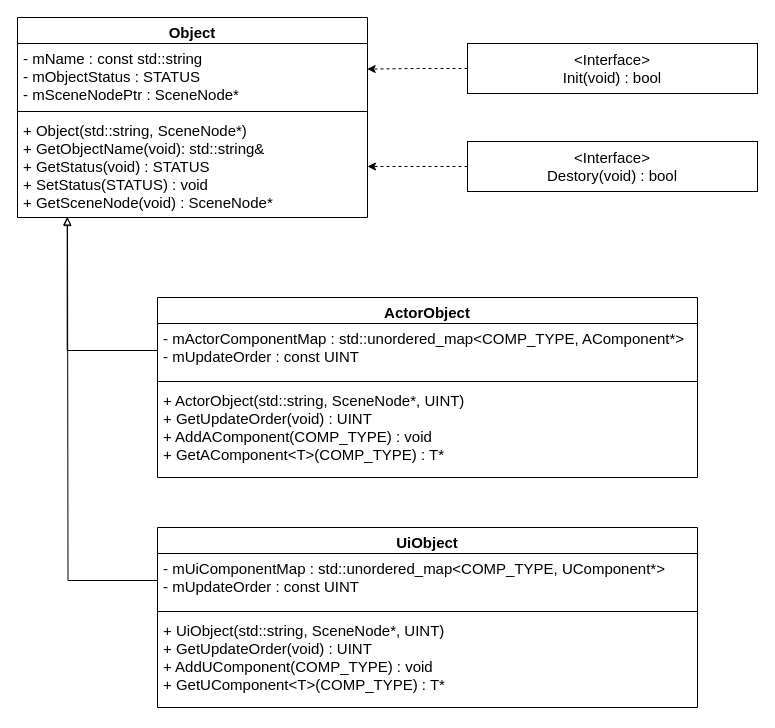
Before: page "Object" (3 of 4) of HycFrame3D.drawio in HIBICUS-CAI/HycFrame3D, a draw.io diagram. Source tidied: cells renumbered, new cells numbered last; positions are measured from the earlier drawing's top-left corner, leaving out a move shared by most shapes. Both pictures are drawn from the tidied source at 100%, with x=0, y=0 at pixel (17, 17).
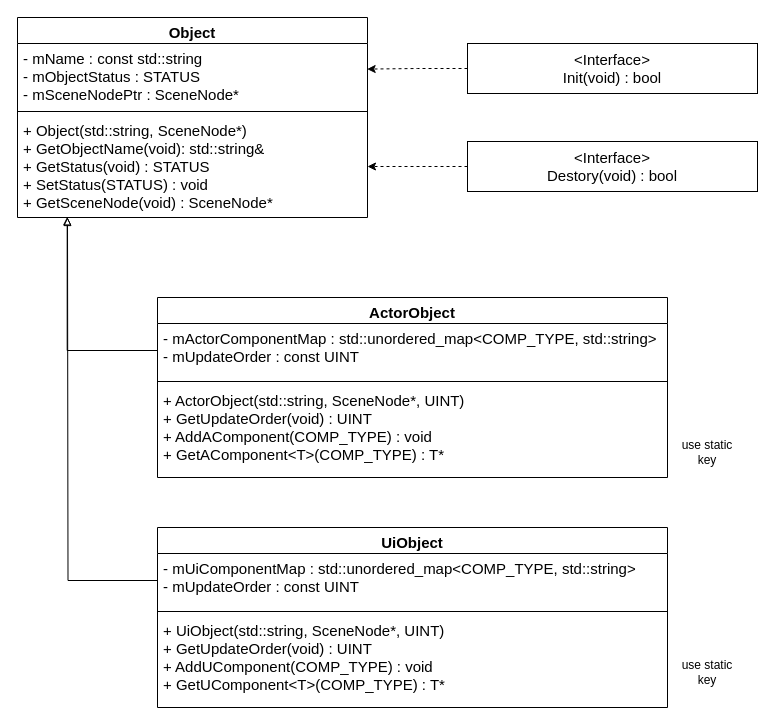
After the change.

The edit, as a diff of the source:
```diff
@@
     <mxCell id="10" value="ActorObject" style="swimlane;fontStyle=1;align=center;verticalAlign=top;horizontal=1;startSize=26;fontSize=15;" parent="1" vertex="1">
-      <mxGeometry x="140" y="280" width="540" height="180" as="geometry" />
+      <mxGeometry x="140" y="280" width="510" height="180" as="geometry" />
     </mxCell>
-    <mxCell id="11" value="- mActorComponentMap : std::unordered_map&lt;COMP_TYPE, AComponent*&gt;&#10;- mUpdateOrder : const UINT" style="text;strokeColor=none;fillColor=none;align=left;verticalAlign=top;spacingLeft=4;spacingRight=4;overflow=hidden;points=[[0,0.5],[1,0.5]];portConstraint=eastwest;fontSize=15;" parent="10" vertex="1">
-      <mxGeometry y="26" width="540" height="54" as="geometry" />
+    <mxCell id="11" value="- mActorComponentMap : std::unordered_map&lt;COMP_TYPE, std::string&gt;&#10;- mUpdateOrder : const UINT" style="text;strokeColor=none;fillColor=none;align=left;verticalAlign=top;spacingLeft=4;spacingRight=4;overflow=hidden;points=[[0,0.5],[1,0.5]];portConstraint=eastwest;fontSize=15;" parent="10" vertex="1">
+      <mxGeometry y="26" width="510" height="54" as="geometry" />
     </mxCell>
     <mxCell id="12" style="line;strokeWidth=1;fillColor=none;align=left;verticalAlign=middle;spacingTop=-1;spacingLeft=3;spacingRight=3;labelPosition=right;" parent="10" vertex="1">
-      <mxGeometry y="80" width="540" height="8" as="geometry" />
+      <mxGeometry y="80" width="510" height="8" as="geometry" />
     </mxCell>
     <mxCell id="13" value="+ ActorObject(std::string, SceneNode*, UINT)&#10;+ GetUpdateOrder(void) : UINT&#10;+ AddAComponent(COMP_TYPE) : void&#10;+ GetAComponent&lt;T&gt;(COMP_TYPE) : T*" style="text;strokeColor=none;fillColor=none;align=left;verticalAlign=top;spacingLeft=4;spacingRight=4;overflow=hidden;fontSize=15;" parent="10" vertex="1">
-      <mxGeometry y="88" width="540" height="92" as="geometry" />
+      <mxGeometry y="88" width="510" height="92" as="geometry" />
     </mxCell>
     <mxCell id="14" value="UiObject" style="swimlane;fontStyle=1;align=center;verticalAlign=top;horizontal=1;startSize=26;fontSize=15;" parent="1" vertex="1">
-      <mxGeometry x="140" y="510" width="540" height="180" as="geometry" />
+      <mxGeometry x="140" y="510" width="510" height="180" as="geometry" />
     </mxCell>
-    <mxCell id="15" value="- mUiComponentMap : std::unordered_map&lt;COMP_TYPE, UComponent*&gt;&#10;- mUpdateOrder : const UINT" style="text;strokeColor=none;fillColor=none;align=left;verticalAlign=top;spacingLeft=4;spacingRight=4;overflow=hidden;points=[[0,0.5],[1,0.5]];portConstraint=eastwest;fontSize=15;" parent="14" vertex="1">
-      <mxGeometry y="26" width="540" height="54" as="geometry" />
+    <mxCell id="15" value="- mUiComponentMap : std::unordered_map&lt;COMP_TYPE, std::string&gt;&#10;- mUpdateOrder : const UINT" style="text;strokeColor=none;fillColor=none;align=left;verticalAlign=top;spacingLeft=4;spacingRight=4;overflow=hidden;points=[[0,0.5],[1,0.5]];portConstraint=eastwest;fontSize=15;" parent="14" vertex="1">
+      <mxGeometry y="26" width="510" height="54" as="geometry" />
     </mxCell>
     <mxCell id="16" style="line;strokeWidth=1;fillColor=none;align=left;verticalAlign=middle;spacingTop=-1;spacingLeft=3;spacingRight=3;labelPosition=right;" parent="14" vertex="1">
-      <mxGeometry y="80" width="540" height="8" as="geometry" />
+      <mxGeometry y="80" width="510" height="8" as="geometry" />
     </mxCell>
     <mxCell id="17" value="+ UiObject(std::string, SceneNode*, UINT)&#10;+ GetUpdateOrder(void) : UINT&#10;+ AddUComponent(COMP_TYPE) : void&#10;+ GetUComponent&lt;T&gt;(COMP_TYPE) : T*" style="text;strokeColor=none;fillColor=none;align=left;verticalAlign=top;spacingLeft=4;spacingRight=4;overflow=hidden;fontSize=15;" parent="14" vertex="1">
-      <mxGeometry y="88" width="540" height="92" as="geometry" />
+      <mxGeometry y="88" width="510" height="92" as="geometry" />
     </mxCell>
@@
+    <mxCell id="20" value="use static key" style="text;html=1;strokeColor=none;fillColor=none;align=center;verticalAlign=middle;whiteSpace=wrap;rounded=0;" parent="1" vertex="1">
+      <mxGeometry x="660" y="420" width="60" height="30" as="geometry" />
+    </mxCell>
+    <mxCell id="21" value="use static key" style="text;html=1;strokeColor=none;fillColor=none;align=center;verticalAlign=middle;whiteSpace=wrap;rounded=0;" parent="1" vertex="1">
+      <mxGeometry x="660" y="640" width="60" height="30" as="geometry" />
+    </mxCell>
```
